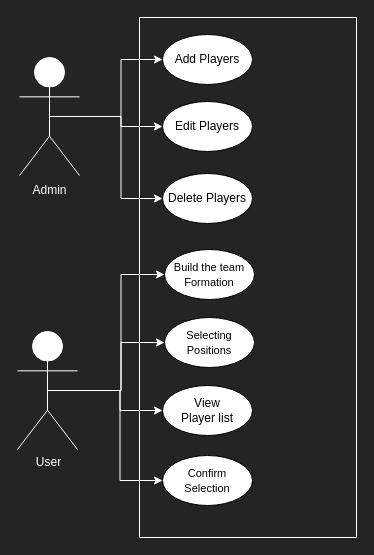
Earlier version of the draw.io diagram Use_Case_Diagram/FUT_Builder.drawio (YassineElHassani/FUT-Champions-Backend-Content-Manager). Source tidied: cells renumbered, new cells numbered last; positions are measured from the earlier drawing's top-left corner, leaving out a move shared by most shapes. Both pictures are drawn from the tidied source at 100%, with x=0, y=0 at pixel (17, 17).
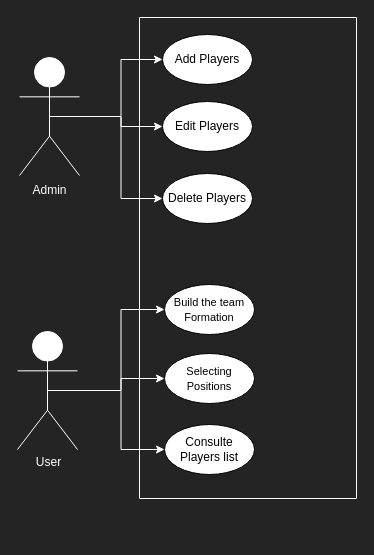
The same page after the edit.

The change refers to these unchanged cells:
```xml
<mxCell id="20" value="Actor" style="shape=umlActor;verticalLabelPosition=bottom;verticalAlign=top;html=1;fillColor=#FFFFFF;fontColor=none;strokeColor=#FFFFFF;noLabel=1;" parent="1" vertex="1">
  <mxGeometry y="314" width="60" height="118" as="geometry" />
</mxCell>
```

Change to the diagram source:
```diff
@@
     <mxCell id="2" style="swimlane;startSize=0;labelBackgroundColor=none;strokeColor=#FFFFFF;" parent="1" vertex="1">
-      <mxGeometry x="122" width="217" height="520" as="geometry" />
+      <mxGeometry x="122" width="217" height="481" as="geometry" />
     </mxCell>
@@
     <mxCell id="6" value="&lt;font style=&quot;font-size: 11px;&quot;&gt;Build the team&lt;/font&gt;&lt;div&gt;&lt;font style=&quot;font-size: 11px;&quot;&gt;Formation&lt;/font&gt;&lt;/div&gt;" style="ellipse;whiteSpace=wrap;html=1;labelBackgroundColor=none;" parent="2" vertex="1">
-      <mxGeometry x="25" y="232" width="90" height="50" as="geometry" />
+      <mxGeometry x="25" y="267" width="90" height="50" as="geometry" />
     </mxCell>
     <mxCell id="7" value="&lt;span style=&quot;font-size: 11px;&quot;&gt;Selecting&lt;/span&gt;&lt;div&gt;&lt;span style=&quot;font-size: 11px;&quot;&gt;Positions&lt;/span&gt;&lt;/div&gt;" style="ellipse;whiteSpace=wrap;html=1;labelBackgroundColor=none;" parent="2" vertex="1">
-      <mxGeometry x="25" y="300" width="90" height="50" as="geometry" />
+      <mxGeometry x="25" y="336" width="90" height="50" as="geometry" />
     </mxCell>
-    <mxCell id="8" value="View&lt;div&gt;Player list&lt;/div&gt;" style="ellipse;whiteSpace=wrap;html=1;labelBackgroundColor=none;" parent="2" vertex="1">
-      <mxGeometry x="23" y="368" width="90" height="50" as="geometry" />
+    <mxCell id="8" value="Consulte&lt;div&gt;Players list&lt;/div&gt;" style="ellipse;whiteSpace=wrap;html=1;labelBackgroundColor=none;" parent="2" vertex="1">
+      <mxGeometry x="25" y="407" width="90" height="50" as="geometry" />
     </mxCell>
-    <mxCell id="9" value="&lt;span style=&quot;font-size: 11px;&quot;&gt;Confirm&lt;/span&gt;&lt;div&gt;&lt;span style=&quot;font-size: 11px;&quot;&gt;Selection&lt;/span&gt;&lt;/div&gt;" style="ellipse;whiteSpace=wrap;html=1;labelBackgroundColor=none;" parent="2" vertex="1">
-      <mxGeometry x="23" y="438" width="90" height="50" as="geometry" />
-    </mxCell>
@@
-    <mxCell id="19" style="edgeStyle=orthogonalEdgeStyle;rounded=0;jettySize=auto;html=1;exitX=0.5;exitY=0.5;exitDx=0;exitDy=0;exitPerimeter=0;entryX=0;entryY=0.5;entryDx=0;entryDy=0;strokeColor=#FFFFFF;" parent="1" edge="1" source="20" target="9">
-      <mxGeometry relative="1" as="geometry" />
-    </mxCell>
```
